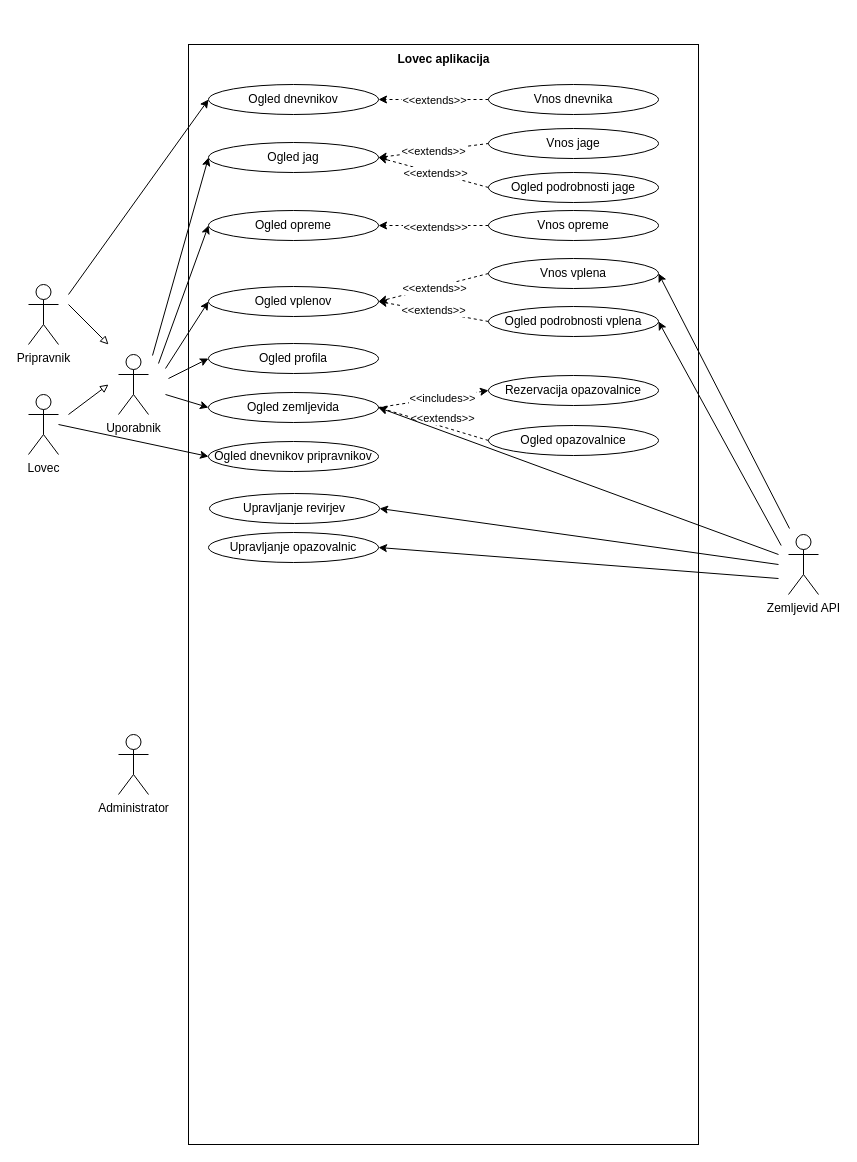
janmerhar/lovec keeps this draw.io diagram as docs/uml/dpu.drawio. Above is the earlier version. Source tidied: cells renumbered, new cells numbered last; positions are measured from the earlier drawing's top-left corner, leaving out a move shared by most shapes. Both pictures are drawn from the tidied source at 100%, with x=0, y=0 at pixel (28, 44).
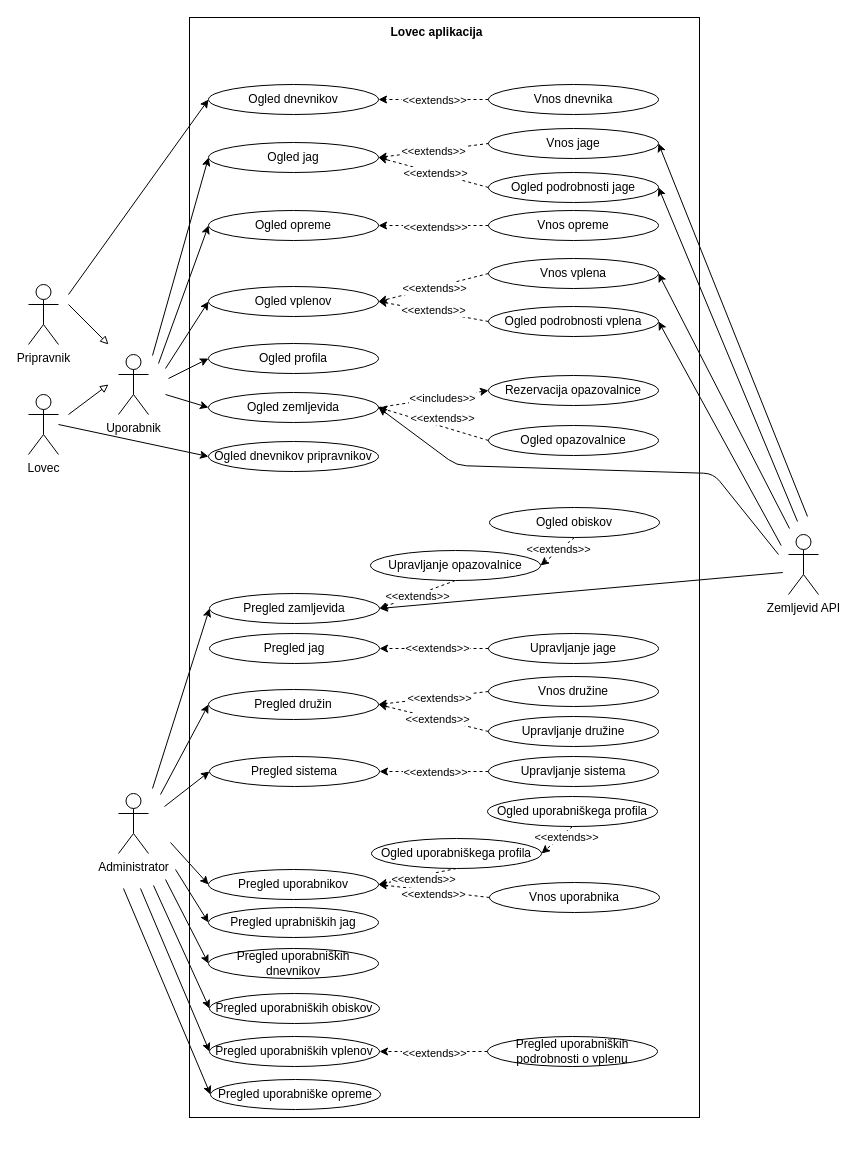
The same page after the edit.

Unchanged cells that the change refers to:
```xml
<mxCell id="9" style="group;" parent="1" vertex="1">
  <mxGeometry x="160" width="510" height="1100" as="geometry" />
</mxCell>
<mxCell id="16" value="Ogled zemljevida" style="ellipse;whiteSpace=wrap;html=1;" parent="9" vertex="1">
  <mxGeometry x="20" y="348" width="170" height="30" as="geometry" />
</mxCell>
<mxCell id="21" value="Vnos jage" style="ellipse;whiteSpace=wrap;html=1;" parent="9" vertex="1">
  <mxGeometry x="300" y="84" width="170" height="30" as="geometry" />
</mxCell>
<mxCell id="44" value="Ogled podrobnosti jage" style="ellipse;whiteSpace=wrap;html=1;" parent="9" vertex="1">
  <mxGeometry x="300" y="128" width="170" height="30" as="geometry" />
</mxCell>
```

The edit, as a diff of the source:
```diff
@@
     <mxCell id="2" value="Administrator&lt;br&gt;" style="shape=umlActor;verticalLabelPosition=bottom;verticalAlign=top;html=1;" parent="1" vertex="1">
-      <mxGeometry x="90" y="690" width="30" height="60" as="geometry" />
+      <mxGeometry x="90" y="749" width="30" height="60" as="geometry" />
     </mxCell>
@@
     <mxCell id="10" style="rounded=0;whiteSpace=wrap;html=1;fontSize=11;" parent="9" vertex="1">
-      <mxGeometry width="510" height="1100" as="geometry" />
+      <mxGeometry x="1" y="-27" width="510" height="1100" as="geometry" />
     </mxCell>
-    <mxCell id="11" value="&lt;b&gt;Lovec aplikacija&lt;/b&gt;" style="text;html=1;strokeColor=none;fillColor=none;align=center;verticalAlign=middle;whiteSpace=wrap;rounded=0;" parent="9" vertex="1">
-      <mxGeometry x="177.5" width="155" height="30" as="geometry" />
-    </mxCell>
@@
-    <mxCell id="17" value="Upravljanje revirjev" style="ellipse;whiteSpace=wrap;html=1;" parent="9" vertex="1">
-      <mxGeometry x="21" y="449" width="170" height="30" as="geometry" />
-    </mxCell>
@@
-    <mxCell id="41" value="Upravljanje opazovalnic" style="ellipse;whiteSpace=wrap;html=1;" parent="9" vertex="1">
-      <mxGeometry x="20" y="488" width="170" height="30" as="geometry" />
-    </mxCell>
@@
+    <mxCell id="59" value="Pregled jag" style="ellipse;whiteSpace=wrap;html=1;" parent="9" vertex="1">
+      <mxGeometry x="21" y="589" width="170" height="30" as="geometry" />
+    </mxCell>
+    <mxCell id="60" value="Pregled družin" style="ellipse;whiteSpace=wrap;html=1;" parent="9" vertex="1">
+      <mxGeometry x="20" y="645" width="170" height="30" as="geometry" />
+    </mxCell>
+    <mxCell id="61" style="edgeStyle=none;html=1;exitX=0;exitY=0.5;exitDx=0;exitDy=0;entryX=1;entryY=0.5;entryDx=0;entryDy=0;strokeWidth=1;fontFamily=Helvetica;fontSize=11;fontColor=rgb(0, 0, 0);startArrow=none;startFill=0;endArrow=classic;endFill=1;dashed=1;" parent="9" edge="1" source="63" target="60">
+      <mxGeometry relative="1" as="geometry" />
+    </mxCell>
+    <mxCell id="62" value="&amp;lt;&amp;lt;extends&amp;gt;&amp;gt;" style="edgeLabel;html=1;align=center;verticalAlign=middle;fontSize=11;fontFamily=Helvetica;fontColor=rgb(0, 0, 0);" parent="61" vertex="1">
+      <mxGeometry x="0.02" relative="1" as="geometry">
+        <mxPoint x="6" as="offset" />
+      </mxGeometry>
+    </mxCell>
+    <mxCell id="63" value="Vnos družine" style="ellipse;whiteSpace=wrap;html=1;" parent="9" vertex="1">
+      <mxGeometry x="300" y="632" width="170" height="30" as="geometry" />
+    </mxCell>
+    <mxCell id="64" style="edgeStyle=none;html=1;exitX=0;exitY=0.5;exitDx=0;exitDy=0;entryX=1;entryY=0.5;entryDx=0;entryDy=0;dashed=1;strokeWidth=1;fontFamily=Helvetica;fontSize=11;fontColor=rgb(0, 0, 0);startArrow=none;startFill=0;endArrow=classic;endFill=1;" parent="9" edge="1" source="65" target="60">
+      <mxGeometry relative="1" as="geometry" />
+    </mxCell>
+    <mxCell id="65" value="Upravljanje družine" style="ellipse;whiteSpace=wrap;html=1;" parent="9" vertex="1">
+      <mxGeometry x="300" y="672" width="170" height="30" as="geometry" />
+    </mxCell>
+    <mxCell id="66" value="&amp;lt;&amp;lt;extends&amp;gt;&amp;gt;" style="edgeLabel;html=1;align=center;verticalAlign=middle;fontSize=11;fontFamily=Helvetica;fontColor=rgb(0, 0, 0);" parent="9" vertex="1">
+      <mxGeometry x="248" y="674" as="geometry" />
+    </mxCell>
+    <mxCell id="67" style="edgeStyle=none;html=1;exitX=0;exitY=0.5;exitDx=0;exitDy=0;entryX=1;entryY=0.5;entryDx=0;entryDy=0;dashed=1;strokeWidth=1;fontFamily=Helvetica;fontSize=11;fontColor=rgb(0, 0, 0);startArrow=none;startFill=0;endArrow=classic;endFill=1;" parent="9" edge="1" source="69" target="59">
+      <mxGeometry relative="1" as="geometry" />
+    </mxCell>
+    <mxCell id="68" value="&amp;lt;&amp;lt;extends&amp;gt;&amp;gt;" style="edgeLabel;html=1;align=center;verticalAlign=middle;fontSize=11;fontFamily=Helvetica;fontColor=rgb(0, 0, 0);" parent="67" vertex="1">
+      <mxGeometry x="-0.15" y="1" relative="1" as="geometry">
+        <mxPoint x="-6" y="-2" as="offset" />
+      </mxGeometry>
+    </mxCell>
+    <mxCell id="69" value="Upravljanje jage" style="ellipse;whiteSpace=wrap;html=1;" parent="9" vertex="1">
+      <mxGeometry x="300" y="589" width="170" height="30" as="geometry" />
+    </mxCell>
+    <mxCell id="70" value="Pregled sistema" style="ellipse;whiteSpace=wrap;html=1;" parent="9" vertex="1">
+      <mxGeometry x="21" y="712" width="170" height="30" as="geometry" />
+    </mxCell>
+    <mxCell id="71" style="edgeStyle=none;html=1;exitX=0;exitY=0.5;exitDx=0;exitDy=0;entryX=1;entryY=0.5;entryDx=0;entryDy=0;dashed=1;strokeWidth=1;fontFamily=Helvetica;fontSize=11;fontColor=rgb(0, 0, 0);startArrow=none;startFill=0;endArrow=classic;endFill=1;" parent="9" edge="1" source="73" target="70">
+      <mxGeometry relative="1" as="geometry" />
+    </mxCell>
+    <mxCell id="72" value="&amp;lt;&amp;lt;extends&amp;gt;&amp;gt;" style="edgeLabel;html=1;align=center;verticalAlign=middle;fontSize=11;fontFamily=Helvetica;fontColor=rgb(0, 0, 0);" parent="71" vertex="1">
+      <mxGeometry x="0.15" y="3" relative="1" as="geometry">
+        <mxPoint x="9" y="-3" as="offset" />
+      </mxGeometry>
+    </mxCell>
+    <mxCell id="73" value="Upravljanje sistema" style="ellipse;whiteSpace=wrap;html=1;" parent="9" vertex="1">
+      <mxGeometry x="300" y="712" width="170" height="30" as="geometry" />
+    </mxCell>
+    <mxCell id="74" value="Pregled uporabnikov" style="ellipse;whiteSpace=wrap;html=1;" parent="9" vertex="1">
+      <mxGeometry x="20" y="825" width="170" height="30" as="geometry" />
+    </mxCell>
+    <mxCell id="75" style="edgeStyle=none;html=1;exitX=0.5;exitY=1;exitDx=0;exitDy=0;entryX=1;entryY=0.5;entryDx=0;entryDy=0;dashed=1;strokeWidth=1;fontFamily=Helvetica;fontSize=11;fontColor=rgb(0, 0, 0);startArrow=none;startFill=0;endArrow=classic;endFill=1;" parent="9" edge="1" source="77" target="74">
+      <mxGeometry relative="1" as="geometry" />
+    </mxCell>
+    <mxCell id="76" value="&amp;lt;&amp;lt;extends&amp;gt;&amp;gt;" style="edgeLabel;html=1;align=center;verticalAlign=middle;fontSize=11;fontFamily=Helvetica;fontColor=rgb(0, 0, 0);" parent="75" vertex="1">
+      <mxGeometry x="0.38" y="-1" relative="1" as="geometry">
+        <mxPoint x="21" as="offset" />
+      </mxGeometry>
+    </mxCell>
+    <mxCell id="77" value="Ogled uporabniškega profila" style="ellipse;whiteSpace=wrap;html=1;" parent="9" vertex="1">
+      <mxGeometry x="183" y="794" width="170" height="30" as="geometry" />
+    </mxCell>
+    <mxCell id="78" style="edgeStyle=none;html=1;exitX=0.5;exitY=1;exitDx=0;exitDy=0;entryX=1;entryY=0.5;entryDx=0;entryDy=0;dashed=1;strokeWidth=1;fontFamily=Helvetica;fontSize=11;fontColor=rgb(0, 0, 0);startArrow=none;startFill=0;endArrow=classic;endFill=1;" parent="9" edge="1" source="80" target="84">
+      <mxGeometry relative="1" as="geometry" />
+    </mxCell>
+    <mxCell id="79" value="&amp;lt;&amp;lt;extends&amp;gt;&amp;gt;" style="edgeLabel;html=1;align=center;verticalAlign=middle;fontSize=11;fontFamily=Helvetica;fontColor=rgb(0, 0, 0);" parent="78" vertex="1">
+      <mxGeometry x="-0.09" y="-1" relative="1" as="geometry" />
+    </mxCell>
+    <mxCell id="80" value="Ogled obiskov" style="ellipse;whiteSpace=wrap;html=1;" parent="9" vertex="1">
+      <mxGeometry x="301" y="463" width="170" height="30" as="geometry" />
+    </mxCell>
+    <mxCell id="81" value="Pregled zamljevida" style="ellipse;whiteSpace=wrap;html=1;" parent="9" vertex="1">
+      <mxGeometry x="21" y="549" width="170" height="30" as="geometry" />
+    </mxCell>
+    <mxCell id="82" style="edgeStyle=none;html=1;exitX=0.5;exitY=1;exitDx=0;exitDy=0;entryX=1;entryY=0.5;entryDx=0;entryDy=0;strokeWidth=1;fontFamily=Helvetica;fontSize=11;fontColor=rgb(0, 0, 0);startArrow=none;startFill=0;endArrow=classic;endFill=1;dashed=1;" parent="9" edge="1" source="84" target="81">
+      <mxGeometry relative="1" as="geometry" />
+    </mxCell>
+    <mxCell id="83" value="&amp;lt;&amp;lt;extends&amp;gt;&amp;gt;" style="edgeLabel;html=1;align=center;verticalAlign=middle;fontSize=11;fontFamily=Helvetica;fontColor=rgb(0, 0, 0);" parent="82" vertex="1">
+      <mxGeometry x="0.16" y="1" relative="1" as="geometry">
+        <mxPoint x="5" y="-2" as="offset" />
+      </mxGeometry>
+    </mxCell>
+    <mxCell id="84" value="Upravljanje opazovalnice" style="ellipse;whiteSpace=wrap;html=1;" parent="9" vertex="1">
+      <mxGeometry x="182" y="506" width="170" height="30" as="geometry" />
+    </mxCell>
+    <mxCell id="85" style="edgeStyle=none;html=1;exitX=0;exitY=0.5;exitDx=0;exitDy=0;entryX=1;entryY=0.5;entryDx=0;entryDy=0;dashed=1;strokeWidth=1;fontFamily=Helvetica;fontSize=11;fontColor=rgb(0, 0, 0);startArrow=none;startFill=0;endArrow=classic;endFill=1;" parent="9" edge="1" source="87" target="74">
+      <mxGeometry relative="1" as="geometry" />
+    </mxCell>
+    <mxCell id="86" value="&amp;lt;&amp;lt;extends&amp;gt;&amp;gt;" style="edgeLabel;html=1;align=center;verticalAlign=middle;fontSize=11;fontFamily=Helvetica;fontColor=rgb(0, 0, 0);" parent="85" vertex="1">
+      <mxGeometry x="0.25" relative="1" as="geometry">
+        <mxPoint x="13" y="5" as="offset" />
+      </mxGeometry>
+    </mxCell>
+    <mxCell id="87" value="Vnos uporabnika" style="ellipse;whiteSpace=wrap;html=1;" parent="9" vertex="1">
+      <mxGeometry x="301" y="838" width="170" height="30" as="geometry" />
+    </mxCell>
+    <mxCell id="88" style="edgeStyle=none;html=1;exitX=0.5;exitY=1;exitDx=0;exitDy=0;entryX=1;entryY=0.5;entryDx=0;entryDy=0;strokeWidth=1;fontFamily=Helvetica;fontSize=11;fontColor=rgb(0, 0, 0);startArrow=none;startFill=0;endArrow=classic;endFill=1;dashed=1;" parent="9" edge="1" source="90" target="77">
+      <mxGeometry relative="1" as="geometry" />
+    </mxCell>
+    <mxCell id="89" value="&amp;lt;&amp;lt;extends&amp;gt;&amp;gt;" style="edgeLabel;html=1;align=center;verticalAlign=middle;fontSize=11;fontFamily=Helvetica;fontColor=rgb(0, 0, 0);" parent="88" vertex="1">
+      <mxGeometry x="-0.09" y="1" relative="1" as="geometry">
+        <mxPoint x="7" y="-3" as="offset" />
+      </mxGeometry>
+    </mxCell>
+    <mxCell id="90" value="Ogled uporabniškega profila" style="ellipse;whiteSpace=wrap;html=1;" parent="9" vertex="1">
+      <mxGeometry x="299" y="752" width="170" height="30" as="geometry" />
+    </mxCell>
+    <mxCell id="91" value="Pregled uporabniških dnevnikov" style="ellipse;whiteSpace=wrap;html=1;" parent="9" vertex="1">
+      <mxGeometry x="20" y="904" width="170" height="30" as="geometry" />
+    </mxCell>
+    <mxCell id="92" value="Pregled uporabniških obiskov" style="ellipse;whiteSpace=wrap;html=1;" parent="9" vertex="1">
+      <mxGeometry x="21" y="949" width="170" height="30" as="geometry" />
+    </mxCell>
+    <mxCell id="93" value="Pregled uporabniških vplenov" style="ellipse;whiteSpace=wrap;html=1;" parent="9" vertex="1">
+      <mxGeometry x="21" y="992" width="170" height="30" as="geometry" />
+    </mxCell>
+    <mxCell id="94" value="Pregled uporabniške opreme" style="ellipse;whiteSpace=wrap;html=1;" parent="9" vertex="1">
+      <mxGeometry x="22" y="1035" width="170" height="30" as="geometry" />
+    </mxCell>
+    <mxCell id="95" value="Pregled uprabniških jag" style="ellipse;whiteSpace=wrap;html=1;" parent="9" vertex="1">
+      <mxGeometry x="20" y="863" width="170" height="30" as="geometry" />
+    </mxCell>
+    <mxCell id="96" style="edgeStyle=none;html=1;exitX=0;exitY=0.5;exitDx=0;exitDy=0;entryX=1;entryY=0.5;entryDx=0;entryDy=0;strokeWidth=1;fontFamily=Helvetica;fontSize=11;fontColor=rgb(0, 0, 0);startArrow=none;startFill=0;endArrow=classic;endFill=1;dashed=1;" parent="9" edge="1" source="98" target="93">
+      <mxGeometry relative="1" as="geometry" />
+    </mxCell>
+    <mxCell id="97" value="&amp;lt;&amp;lt;extends&amp;gt;&amp;gt;" style="edgeLabel;html=1;align=center;verticalAlign=middle;fontSize=11;fontFamily=Helvetica;fontColor=rgb(0, 0, 0);" parent="96" vertex="1">
+      <mxGeometry x="0.15" y="2" relative="1" as="geometry">
+        <mxPoint x="8" y="-1" as="offset" />
+      </mxGeometry>
+    </mxCell>
+    <mxCell id="98" value="Pregled uporabniških podrobnosti o vplenu" style="ellipse;whiteSpace=wrap;html=1;" parent="9" vertex="1">
+      <mxGeometry x="299" y="992" width="170" height="30" as="geometry" />
+    </mxCell>
@@
     <mxCell id="48" style="edgeStyle=none;html=1;exitX=1;exitY=0.5;exitDx=0;exitDy=0;strokeWidth=1;endArrow=none;endFill=0;startArrow=classic;startFill=1;" parent="1" edge="1" source="16">
       <mxGeometry relative="1" as="geometry">
         <mxPoint x="750" y="510" as="targetPoint" />
+        <Array as="points">
+          <mxPoint x="428" y="421" />
+          <mxPoint x="685" y="429" />
+        </Array>
       </mxGeometry>
     </mxCell>
-    <mxCell id="49" style="edgeStyle=none;html=1;exitX=1;exitY=0.5;exitDx=0;exitDy=0;strokeWidth=1;startArrow=classic;startFill=1;endArrow=none;endFill=0;" parent="1" edge="1" source="17">
-      <mxGeometry relative="1" as="geometry">
-        <mxPoint x="750" y="520" as="targetPoint" />
-      </mxGeometry>
-    </mxCell>
@@
-    <mxCell id="53" style="edgeStyle=none;html=1;exitX=1;exitY=0.5;exitDx=0;exitDy=0;strokeWidth=1;fontFamily=Helvetica;fontSize=11;fontColor=rgb(0, 0, 0);startArrow=classic;startFill=1;endArrow=none;endFill=0;" parent="1" edge="1" source="41">
-      <mxGeometry relative="1" as="geometry">
-        <mxPoint x="750" y="534" as="targetPoint" />
-      </mxGeometry>
-    </mxCell>
@@
+    <mxCell id="99" style="edgeStyle=none;html=1;exitX=1;exitY=0.5;exitDx=0;exitDy=0;strokeWidth=1;fontFamily=Helvetica;fontSize=11;fontColor=rgb(0, 0, 0);startArrow=classic;startFill=1;endArrow=none;endFill=0;" parent="1" edge="1" source="21">
+      <mxGeometry relative="1" as="geometry">
+        <mxPoint x="779" y="472" as="targetPoint" />
+      </mxGeometry>
+    </mxCell>
+    <mxCell id="100" style="edgeStyle=none;html=1;exitX=1;exitY=0.5;exitDx=0;exitDy=0;strokeWidth=1;fontFamily=Helvetica;fontSize=11;fontColor=rgb(0, 0, 0);startArrow=classic;startFill=1;endArrow=none;endFill=0;" parent="1" edge="1" source="44">
+      <mxGeometry relative="1" as="geometry">
+        <mxPoint x="769" y="477" as="targetPoint" />
+      </mxGeometry>
+    </mxCell>
+    <mxCell id="101" style="edgeStyle=none;html=1;exitX=1;exitY=0.5;exitDx=0;exitDy=0;strokeWidth=1;fontFamily=Helvetica;fontSize=11;fontColor=rgb(0, 0, 0);startArrow=classic;startFill=1;endArrow=none;endFill=0;" parent="1" edge="1" source="81">
+      <mxGeometry relative="1" as="geometry">
+        <mxPoint x="754.3" y="528" as="targetPoint" />
+      </mxGeometry>
+    </mxCell>
+    <mxCell id="102" style="edgeStyle=none;html=1;exitX=0;exitY=0.5;exitDx=0;exitDy=0;strokeWidth=1;fontFamily=Helvetica;fontSize=11;fontColor=rgb(0, 0, 0);startArrow=classic;startFill=1;endArrow=none;endFill=0;" parent="1" edge="1" source="81">
+      <mxGeometry relative="1" as="geometry">
+        <mxPoint x="124" y="744" as="targetPoint" />
+      </mxGeometry>
+    </mxCell>
+    <mxCell id="103" style="edgeStyle=none;html=1;exitX=0;exitY=0.5;exitDx=0;exitDy=0;strokeWidth=1;fontFamily=Helvetica;fontSize=11;fontColor=rgb(0, 0, 0);startArrow=classic;startFill=1;endArrow=none;endFill=0;" parent="1" edge="1" source="60">
+      <mxGeometry relative="1" as="geometry">
+        <mxPoint x="132" y="750" as="targetPoint" />
+      </mxGeometry>
+    </mxCell>
+    <mxCell id="104" style="edgeStyle=none;html=1;exitX=0;exitY=0.5;exitDx=0;exitDy=0;strokeWidth=1;fontFamily=Helvetica;fontSize=11;fontColor=rgb(0, 0, 0);startArrow=classic;startFill=1;endArrow=none;endFill=0;" parent="1" edge="1" source="70">
+      <mxGeometry relative="1" as="geometry">
+        <mxPoint x="136" y="762" as="targetPoint" />
+      </mxGeometry>
+    </mxCell>
+    <mxCell id="105" style="edgeStyle=none;html=1;exitX=0;exitY=0.5;exitDx=0;exitDy=0;strokeWidth=1;fontFamily=Helvetica;fontSize=11;fontColor=rgb(0, 0, 0);startArrow=classic;startFill=1;endArrow=none;endFill=0;" parent="1" edge="1" source="74">
+      <mxGeometry relative="1" as="geometry">
+        <mxPoint x="142" y="798" as="targetPoint" />
+      </mxGeometry>
+    </mxCell>
+    <mxCell id="106" style="edgeStyle=none;html=1;exitX=0;exitY=0.5;exitDx=0;exitDy=0;strokeWidth=1;fontFamily=Helvetica;fontSize=11;fontColor=rgb(0, 0, 0);startArrow=classic;startFill=1;endArrow=none;endFill=0;" parent="1" edge="1" source="95">
+      <mxGeometry relative="1" as="geometry">
+        <mxPoint x="147" y="825" as="targetPoint" />
+      </mxGeometry>
+    </mxCell>
+    <mxCell id="107" style="edgeStyle=none;html=1;exitX=0;exitY=0.5;exitDx=0;exitDy=0;strokeWidth=1;fontFamily=Helvetica;fontSize=11;fontColor=rgb(0, 0, 0);startArrow=classic;startFill=1;endArrow=none;endFill=0;" parent="1" edge="1" source="91">
+      <mxGeometry relative="1" as="geometry">
+        <mxPoint x="137" y="835" as="targetPoint" />
+      </mxGeometry>
+    </mxCell>
+    <mxCell id="108" style="edgeStyle=none;html=1;exitX=0;exitY=0.5;exitDx=0;exitDy=0;strokeWidth=1;fontFamily=Helvetica;fontSize=11;fontColor=rgb(0, 0, 0);startArrow=classic;startFill=1;endArrow=none;endFill=0;" parent="1" edge="1" source="92">
+      <mxGeometry relative="1" as="geometry">
+        <mxPoint x="125" y="841" as="targetPoint" />
+      </mxGeometry>
+    </mxCell>
+    <mxCell id="109" style="edgeStyle=none;html=1;exitX=0;exitY=0.5;exitDx=0;exitDy=0;strokeWidth=1;fontFamily=Helvetica;fontSize=11;fontColor=rgb(0, 0, 0);startArrow=classic;startFill=1;endArrow=none;endFill=0;" parent="1" edge="1" source="93">
+      <mxGeometry relative="1" as="geometry">
+        <mxPoint x="112" y="844" as="targetPoint" />
+      </mxGeometry>
+    </mxCell>
+    <mxCell id="110" style="edgeStyle=none;html=1;exitX=0;exitY=0.5;exitDx=0;exitDy=0;strokeWidth=1;fontFamily=Helvetica;fontSize=11;fontColor=rgb(0, 0, 0);startArrow=classic;startFill=1;endArrow=none;endFill=0;" parent="1" edge="1" source="94">
+      <mxGeometry relative="1" as="geometry">
+        <mxPoint x="95" y="844" as="targetPoint" />
+      </mxGeometry>
+    </mxCell>
+    <mxCell id="11" value="&lt;b&gt;Lovec aplikacija&lt;/b&gt;" style="text;html=1;strokeColor=none;fillColor=none;align=center;verticalAlign=middle;whiteSpace=wrap;rounded=0;" parent="1" vertex="1">
+      <mxGeometry x="330.5" y="-27" width="155" height="30" as="geometry" />
+    </mxCell>
```
